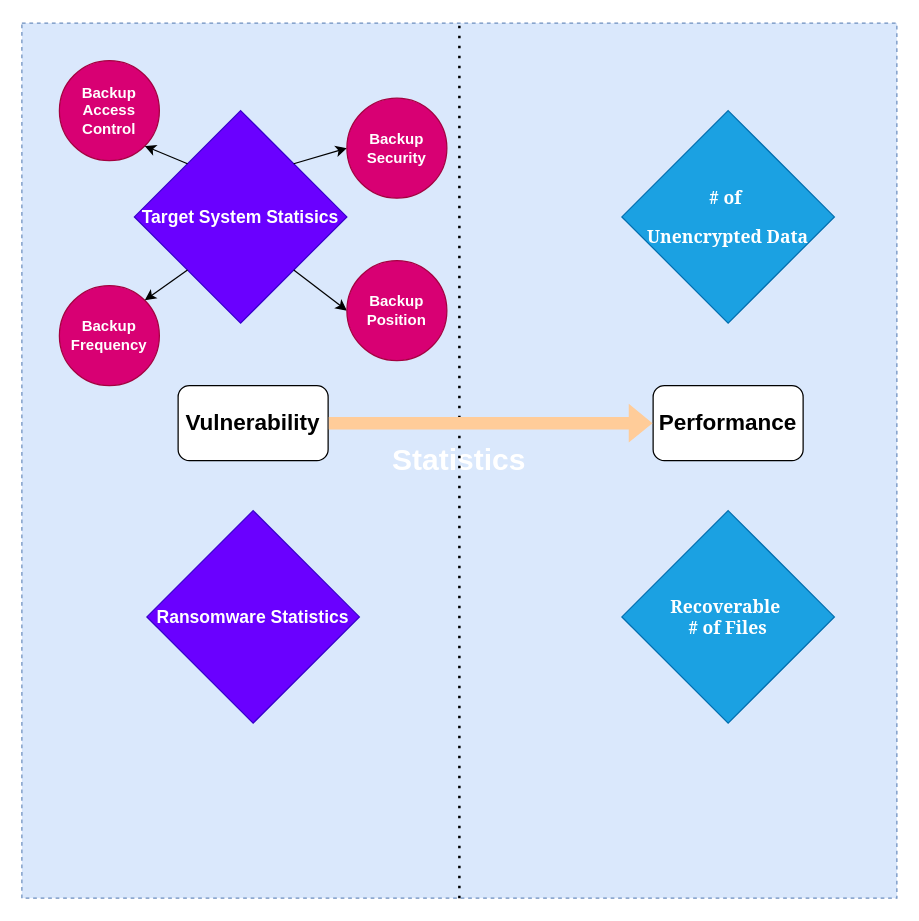
The draw.io diagram Statistics.drawio in MooMooHorse/ransomware_set, before the edit. Source tidied: cells renumbered, new cells numbered last; positions are measured from the earlier drawing's top-left corner, leaving out a move shared by most shapes. Both pictures are drawn from the tidied source at 125%, with x=0, y=0 at pixel (21, 22).
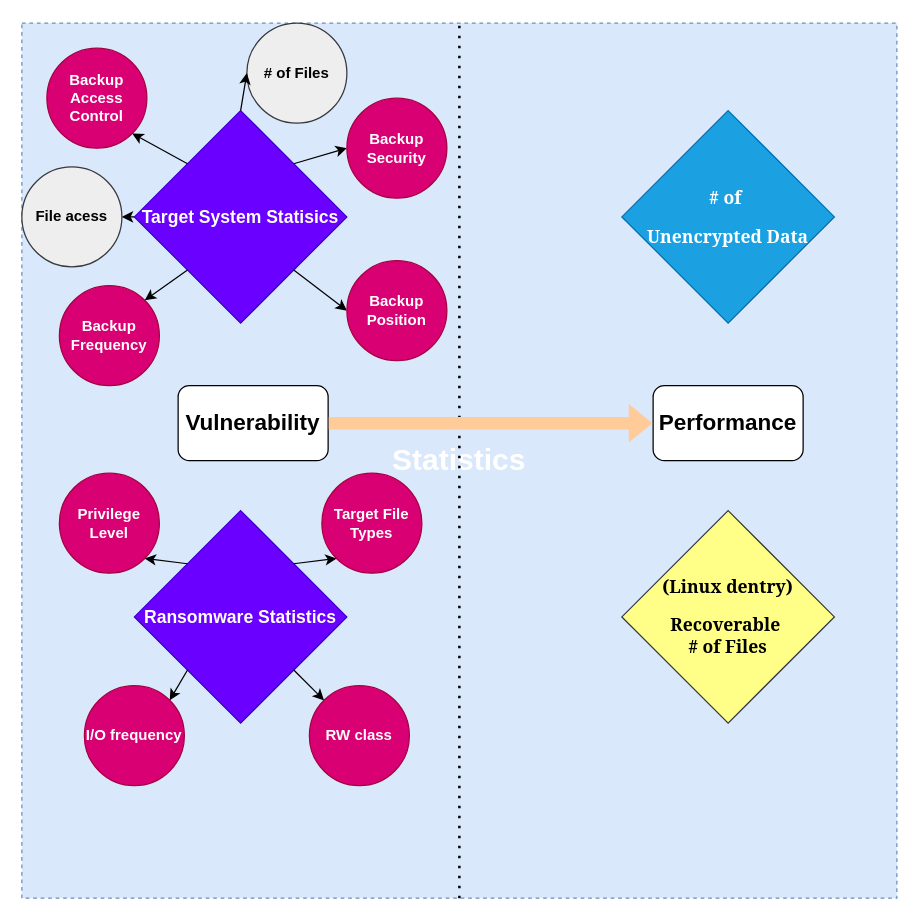
The same page after the edit.

The change refers to these unchanged cells:
```xml
<mxCell id="6" value="&lt;h3&gt;Target System Statisics&lt;/h3&gt;" style="rhombus;whiteSpace=wrap;html=1;fillColor=#6a00ff;fontColor=#ffffff;strokeColor=#3700CC;" parent="1" vertex="1">
  <mxGeometry x="90" y="70" width="170" height="170" as="geometry" />
</mxCell>
```

The edit, as a diff of the source:
```diff
@@
-    <mxCell id="4" value="&lt;h3&gt;&lt;font face=&quot;Georgia&quot;&gt;Recoverable&amp;nbsp;&lt;br&gt;&lt;/font&gt;&lt;font face=&quot;Georgia&quot;&gt;# of Files&lt;/font&gt;&lt;/h3&gt;" style="rhombus;whiteSpace=wrap;html=1;fillColor=#1ba1e2;fontColor=#ffffff;strokeColor=#006EAF;" parent="1" vertex="1">
+    <mxCell id="4" value="&lt;h3&gt;&lt;font face=&quot;Georgia&quot;&gt;(Linux dentry)&lt;/font&gt;&lt;/h3&gt;&lt;h3&gt;&lt;font face=&quot;Georgia&quot;&gt;Recoverable&amp;nbsp;&lt;br&gt;&lt;/font&gt;&lt;font face=&quot;Georgia&quot;&gt;# of Files&lt;/font&gt;&lt;/h3&gt;" style="rhombus;whiteSpace=wrap;html=1;fillColor=#ffff88;strokeColor=#36393d;" parent="1" vertex="1">
       <mxGeometry x="480" y="390" width="170" height="170" as="geometry" />
     </mxCell>
     <mxCell id="5" value="&lt;h3&gt;Ransomware Statistics&lt;/h3&gt;" style="rhombus;whiteSpace=wrap;html=1;fillColor=#6a00ff;fontColor=#ffffff;strokeColor=#3700CC;" parent="1" vertex="1">
-      <mxGeometry x="100" y="390" width="170" height="170" as="geometry" />
+      <mxGeometry x="90" y="390" width="170" height="170" as="geometry" />
     </mxCell>
@@
     <mxCell id="17" value="&lt;h4&gt;Backup Access Control&lt;/h4&gt;" style="ellipse;whiteSpace=wrap;html=1;fillColor=#d80073;fontColor=#ffffff;strokeColor=#A50040;" parent="1" vertex="1">
-      <mxGeometry x="30" y="30" width="80" height="80" as="geometry" />
+      <mxGeometry x="20" y="20" width="80" height="80" as="geometry" />
     </mxCell>
@@
+    <mxCell id="19" value="&lt;h4&gt;Privilege Level&lt;/h4&gt;" style="ellipse;whiteSpace=wrap;html=1;fillColor=#d80073;fontColor=#ffffff;strokeColor=#A50040;" parent="1" vertex="1">
+      <mxGeometry x="30" y="360" width="80" height="80" as="geometry" />
+    </mxCell>
+    <mxCell id="20" style="endArrow=classic;html=1;rounded=0;exitX=0;exitY=0;exitDx=0;exitDy=0;entryX=1;entryY=1;entryDx=0;entryDy=0;" parent="1" edge="1" source="5" target="19">
+      <mxGeometry relative="1" as="geometry" />
+    </mxCell>
+    <mxCell id="21" value="&lt;h4&gt;RW class&lt;/h4&gt;" style="ellipse;whiteSpace=wrap;html=1;fillColor=#d80073;fontColor=#ffffff;strokeColor=#A50040;" parent="1" vertex="1">
+      <mxGeometry x="230" y="530" width="80" height="80" as="geometry" />
+    </mxCell>
+    <mxCell id="22" style="endArrow=classic;html=1;rounded=0;exitX=1;exitY=1;exitDx=0;exitDy=0;entryX=0;entryY=0;entryDx=0;entryDy=0;" parent="1" edge="1" source="5" target="21">
+      <mxGeometry relative="1" as="geometry" />
+    </mxCell>
+    <mxCell id="23" value="&lt;h4&gt;I/O frequency&lt;/h4&gt;" style="ellipse;whiteSpace=wrap;html=1;fillColor=#d80073;fontColor=#ffffff;strokeColor=#A50040;" parent="1" vertex="1">
+      <mxGeometry x="50" y="530" width="80" height="80" as="geometry" />
+    </mxCell>
+    <mxCell id="24" style="endArrow=classic;html=1;rounded=0;exitX=0;exitY=1;exitDx=0;exitDy=0;entryX=1;entryY=0;entryDx=0;entryDy=0;" parent="1" edge="1" source="5" target="23">
+      <mxGeometry relative="1" as="geometry" />
+    </mxCell>
+    <mxCell id="25" value="&lt;h4&gt;Target File Types&lt;/h4&gt;" style="ellipse;whiteSpace=wrap;html=1;fillColor=#d80073;fontColor=#ffffff;strokeColor=#A50040;" parent="1" vertex="1">
+      <mxGeometry x="240" y="360" width="80" height="80" as="geometry" />
+    </mxCell>
+    <mxCell id="26" style="endArrow=classic;html=1;rounded=0;exitX=1;exitY=0;exitDx=0;exitDy=0;entryX=0;entryY=1;entryDx=0;entryDy=0;" parent="1" edge="1" source="5" target="25">
+      <mxGeometry relative="1" as="geometry" />
+    </mxCell>
+    <mxCell id="27" value="&lt;h4&gt;# of Files&lt;/h4&gt;" style="ellipse;whiteSpace=wrap;html=1;fillColor=#eeeeee;strokeColor=#36393d;" parent="1" vertex="1">
+      <mxGeometry x="180" width="80" height="80" as="geometry" />
+    </mxCell>
+    <mxCell id="28" style="endArrow=classic;html=1;rounded=0;exitX=0.5;exitY=0;exitDx=0;exitDy=0;entryX=0;entryY=0.5;entryDx=0;entryDy=0;" parent="1" edge="1" source="6" target="27">
+      <mxGeometry relative="1" as="geometry" />
+    </mxCell>
+    <mxCell id="29" value="&lt;h4&gt;File acess&lt;/h4&gt;" style="ellipse;whiteSpace=wrap;html=1;fillColor=#eeeeee;strokeColor=#36393d;" parent="1" vertex="1">
+      <mxGeometry y="115" width="80" height="80" as="geometry" />
+    </mxCell>
+    <mxCell id="30" style="endArrow=classic;html=1;rounded=0;exitX=0;exitY=0.5;exitDx=0;exitDy=0;entryX=1;entryY=0.5;entryDx=0;entryDy=0;" parent="1" edge="1" source="6" target="29">
+      <mxGeometry relative="1" as="geometry" />
+    </mxCell>
```
